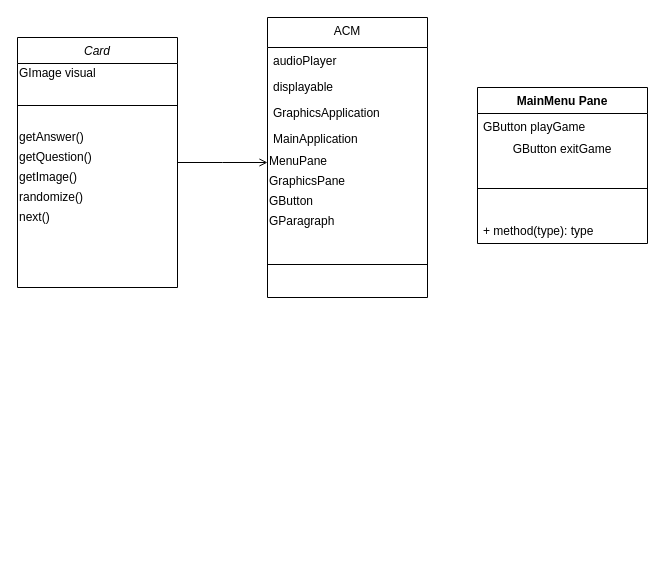
The draw.io diagram Untitled Diagram.drawio in Prot0ast/Repository-Name, before the edit. Source tidied: cells renumbered, new cells numbered last; positions are measured from the earlier drawing's top-left corner, leaving out a move shared by most shapes. Both pictures are drawn from the tidied source at 100%, with x=0, y=0 at pixel (17, 17).
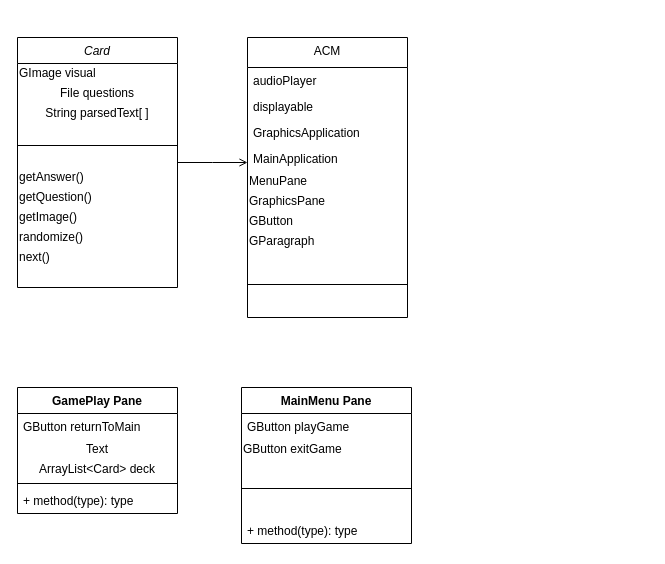
After the change.

The change refers to these unchanged cells:
```xml
<mxCell id="2" value="Card" style="swimlane;fontStyle=2;align=center;verticalAlign=top;horizontal=1;startSize=26;rounded=0;shadow=0;strokeWidth=1;" parent="1" vertex="1">
  <mxGeometry y="20" width="160" height="250" as="geometry" />
</mxCell>
```

Diff of the diagram source:
```diff
@@
+    <mxCell id="26" value="File questions" style="text;html=1;strokeColor=none;fillColor=none;align=center;verticalAlign=middle;whiteSpace=wrap;rounded=0;" parent="2" vertex="1">
+      <mxGeometry y="46" width="160" height="20" as="geometry" />
+    </mxCell>
+    <mxCell id="27" value="String parsedText[ ]" style="text;html=1;strokeColor=none;fillColor=none;align=center;verticalAlign=middle;whiteSpace=wrap;rounded=0;" parent="2" vertex="1">
+      <mxGeometry y="66" width="160" height="20" as="geometry" />
+    </mxCell>
     <mxCell id="4" style="line;html=1;strokeWidth=1;align=left;verticalAlign=middle;spacingTop=-1;spacingLeft=3;spacingRight=3;labelPosition=right;" parent="2" vertex="1">
-      <mxGeometry y="46" width="160" height="44" as="geometry" />
+      <mxGeometry y="86" width="160" height="44" as="geometry" />
     </mxCell>
     <mxCell id="5" value="&lt;div align=&quot;left&quot;&gt;getAnswer()&lt;/div&gt;" style="text;html=1;strokeColor=none;fillColor=none;align=left;verticalAlign=middle;whiteSpace=wrap;rounded=0;" parent="2" vertex="1">
-      <mxGeometry y="90" width="160" height="20" as="geometry" />
+      <mxGeometry y="130" width="160" height="20" as="geometry" />
     </mxCell>
     <mxCell id="6" value="&lt;div align=&quot;left&quot;&gt;getQuestion()&lt;/div&gt;" style="text;html=1;strokeColor=none;fillColor=none;align=left;verticalAlign=middle;whiteSpace=wrap;rounded=0;" parent="2" vertex="1">
-      <mxGeometry y="110" width="160" height="20" as="geometry" />
+      <mxGeometry y="150" width="160" height="20" as="geometry" />
     </mxCell>
     <mxCell id="7" value="&lt;div align=&quot;left&quot;&gt;getImage()&lt;/div&gt;" style="text;html=1;strokeColor=none;fillColor=none;align=left;verticalAlign=middle;whiteSpace=wrap;rounded=0;" parent="2" vertex="1">
-      <mxGeometry y="130" width="160" height="20" as="geometry" />
+      <mxGeometry y="170" width="160" height="20" as="geometry" />
     </mxCell>
     <mxCell id="8" value="&lt;div align=&quot;left&quot;&gt;randomize()&lt;/div&gt;" style="text;html=1;strokeColor=none;fillColor=none;align=left;verticalAlign=middle;whiteSpace=wrap;rounded=0;" parent="2" vertex="1">
-      <mxGeometry y="150" width="160" height="20" as="geometry" />
+      <mxGeometry y="190" width="160" height="20" as="geometry" />
     </mxCell>
     <mxCell id="9" value="&lt;div align=&quot;left&quot;&gt;next()&lt;/div&gt;" style="text;html=1;strokeColor=none;fillColor=none;align=left;verticalAlign=middle;whiteSpace=wrap;rounded=0;" parent="2" vertex="1">
-      <mxGeometry y="170" width="160" height="20" as="geometry" />
+      <mxGeometry y="210" width="160" height="20" as="geometry" />
     </mxCell>
     <mxCell id="10" value="ACM" style="swimlane;fontStyle=0;align=center;verticalAlign=top;horizontal=1;startSize=30;rounded=0;shadow=0;strokeWidth=1;" parent="1" vertex="1">
-      <mxGeometry x="250" width="160" height="280" as="geometry" />
+      <mxGeometry x="230" y="20" width="160" height="280" as="geometry" />
     </mxCell>
@@
     <mxCell id="21" value="MainMenu Pane" style="swimlane;fontStyle=1;align=center;verticalAlign=top;horizontal=1;startSize=26;" parent="1" vertex="1">
-      <mxGeometry x="460" y="70" width="170" height="156" as="geometry" />
+      <mxGeometry x="224" y="370" width="170" height="156" as="geometry" />
     </mxCell>
@@
-    <mxCell id="23" value="&lt;div align=&quot;left&quot;&gt;GButton exitGame&lt;br&gt;&lt;/div&gt;" style="text;html=1;strokeColor=none;fillColor=none;align=center;verticalAlign=middle;whiteSpace=wrap;rounded=0;" parent="21" vertex="1">
+    <mxCell id="23" value="&lt;div align=&quot;left&quot;&gt;GButton exitGame&lt;br&gt;&lt;/div&gt;" style="text;html=1;strokeColor=none;fillColor=none;align=left;verticalAlign=middle;whiteSpace=wrap;rounded=0;" parent="21" vertex="1">
       <mxGeometry y="52" width="170" height="20" as="geometry" />
     </mxCell>
@@
+    <mxCell id="28" value="GamePlay Pane" style="swimlane;fontStyle=1;align=center;verticalAlign=top;horizontal=1;startSize=26;" parent="1" vertex="1">
+      <mxGeometry y="370" width="160" height="126" as="geometry" />
+    </mxCell>
+    <mxCell id="29" value="GButton returnToMain" style="text;strokeColor=none;fillColor=none;align=left;verticalAlign=top;spacingLeft=4;spacingRight=4;overflow=hidden;" parent="28" vertex="1">
+      <mxGeometry y="26" width="160" height="26" as="geometry" />
+    </mxCell>
+    <mxCell id="30" value="Text" style="text;html=1;strokeColor=none;fillColor=none;align=center;verticalAlign=middle;whiteSpace=wrap;rounded=0;" parent="28" vertex="1">
+      <mxGeometry y="52" width="160" height="20" as="geometry" />
+    </mxCell>
+    <mxCell id="31" value="&lt;div align=&quot;left&quot;&gt;ArrayList&amp;lt;Card&amp;gt; deck&lt;br&gt;&lt;/div&gt;" style="text;html=1;strokeColor=none;fillColor=none;align=center;verticalAlign=middle;whiteSpace=wrap;rounded=0;" parent="28" vertex="1">
+      <mxGeometry y="72" width="160" height="20" as="geometry" />
+    </mxCell>
+    <mxCell id="32" style="line;strokeWidth=1;fillColor=none;align=left;verticalAlign=middle;spacingTop=-1;spacingLeft=3;spacingRight=3;labelPosition=right;" parent="28" vertex="1">
+      <mxGeometry y="92" width="160" height="8" as="geometry" />
+    </mxCell>
+    <mxCell id="33" value="+ method(type): type" style="text;strokeColor=none;fillColor=none;align=left;verticalAlign=top;spacingLeft=4;spacingRight=4;overflow=hidden;" parent="28" vertex="1">
+      <mxGeometry y="100" width="160" height="26" as="geometry" />
+    </mxCell>
```
